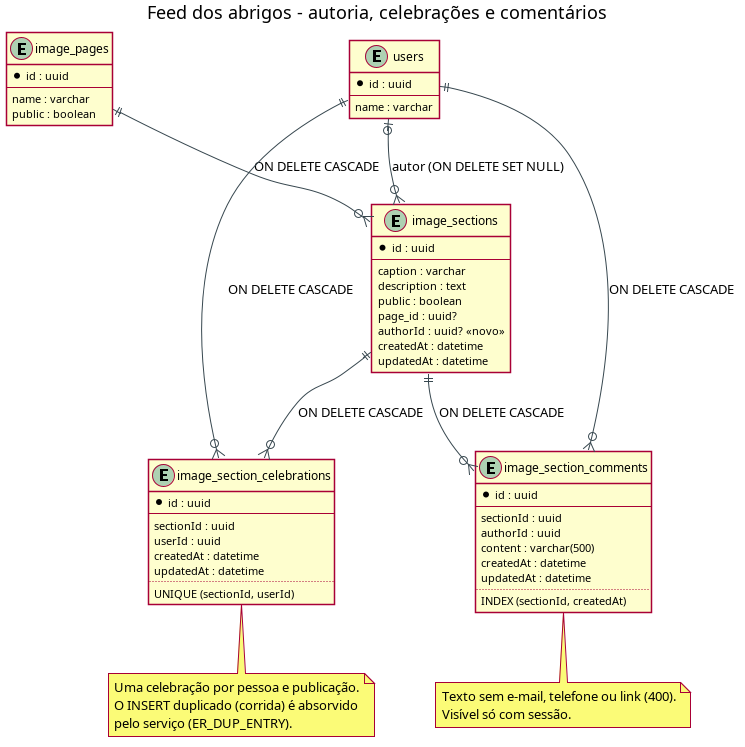
Earlier version of the PlantUML export docs/diagrams/database/shelter-feed-schema.png (orfanatonib/orfanatonib-api). Its source is kept beside it as docs/diagrams/database/shelter-feed-schema.puml. The source it was exported from:
```plantuml
@startuml shelter-feed-schema
title Feed dos abrigos - autoria, celebrações e comentários

skinparam shadowing false
skinparam defaultFontName Helvetica
skinparam ArrowColor #37474F
skinparam EntityBorderColor #37474F

entity "users" as users {
  * id : uuid
  --
  name : varchar
}

entity "image_pages" as pages {
  * id : uuid
  --
  name : varchar
  public : boolean
}

entity "image_sections" as sections {
  * id : uuid
  --
  caption : varchar
  description : text
  public : boolean
  page_id : uuid?
  authorId : uuid? <<novo>>
  createdAt : datetime
  updatedAt : datetime
}

entity "image_section_celebrations" as celebrations {
  * id : uuid
  --
  sectionId : uuid
  userId : uuid
  createdAt : datetime
  updatedAt : datetime
  ..
  UNIQUE (sectionId, userId)
}

entity "image_section_comments" as comments {
  * id : uuid
  --
  sectionId : uuid
  authorId : uuid
  content : varchar(500)
  createdAt : datetime
  updatedAt : datetime
  ..
  INDEX (sectionId, createdAt)
}

pages ||--o{ sections : "ON DELETE CASCADE"
users |o--o{ sections : "autor (ON DELETE SET NULL)"
sections ||--o{ celebrations : "ON DELETE CASCADE"
users ||--o{ celebrations : "ON DELETE CASCADE"
sections ||--o{ comments : "ON DELETE CASCADE"
users ||--o{ comments : "ON DELETE CASCADE"

note bottom of celebrations
  Uma celebração por pessoa e publicação.
  O INSERT duplicado (corrida) é absorvido
  pelo serviço (ER_DUP_ENTRY).
end note

note bottom of comments
  Texto sem e-mail, telefone ou link (400).
  Visível só com sessão.
end note
@enduml
```
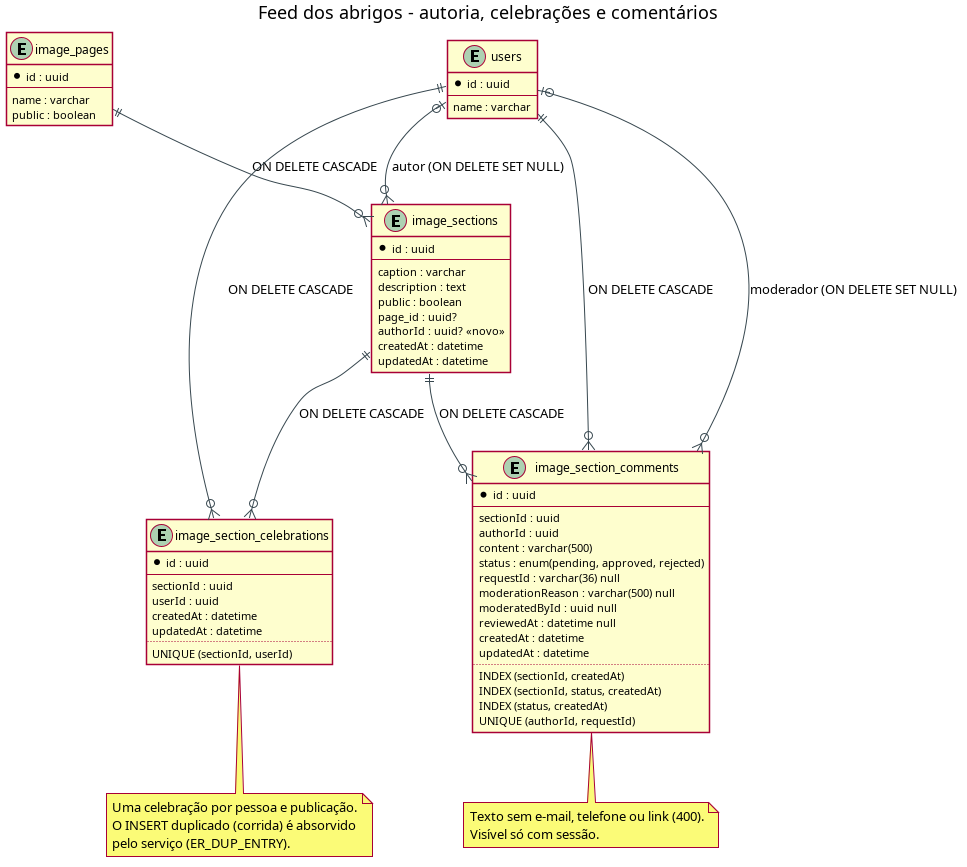
Later version of the same file.

Commit message:
docs(feed): moderação de comentários (módulo, diagramas e changelog)

Diff of the diagram source:
```diff
@@ -48,12 +48,21 @@
   sectionId : uuid
   authorId : uuid
   content : varchar(500)
+  status : enum(pending, approved, rejected)
+  requestId : varchar(36) null
+  moderationReason : varchar(500) null
+  moderatedById : uuid null
+  reviewedAt : datetime null
   createdAt : datetime
   updatedAt : datetime
   ..
   INDEX (sectionId, createdAt)
+  INDEX (sectionId, status, createdAt)
+  INDEX (status, createdAt)
+  UNIQUE (authorId, requestId)
 }
 
+users |o--o{ comments : "moderador (ON DELETE SET NULL)"
 pages ||--o{ sections : "ON DELETE CASCADE"
 users |o--o{ sections : "autor (ON DELETE SET NULL)"
 sections ||--o{ celebrations : "ON DELETE CASCADE"
```
